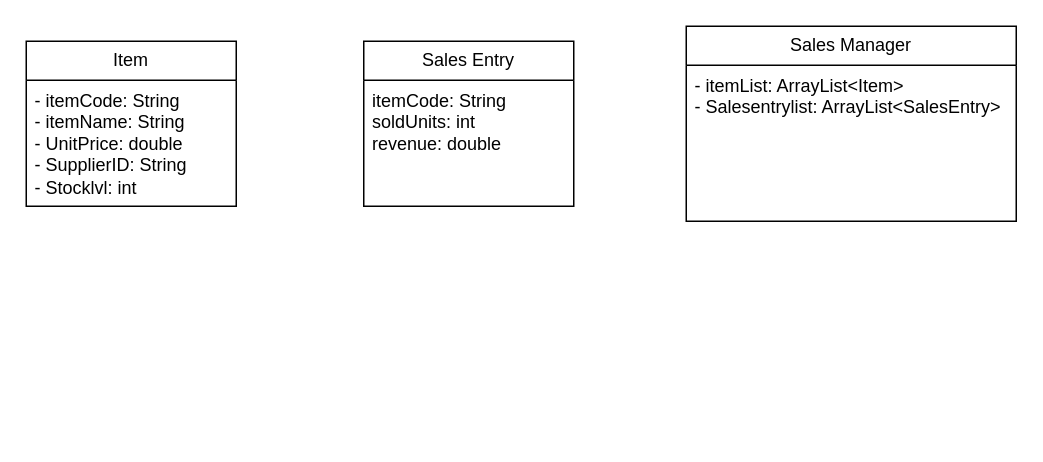
Earlier version of the draw.io diagram Java.drawio (WWeWenBininn/WWeWenBininn). Source tidied: cells renumbered, new cells numbered last; positions are measured from the earlier drawing's top-left corner, leaving out a move shared by most shapes. Both pictures are drawn from the tidied source at 150%, with x=0, y=0 at pixel (26, 26).
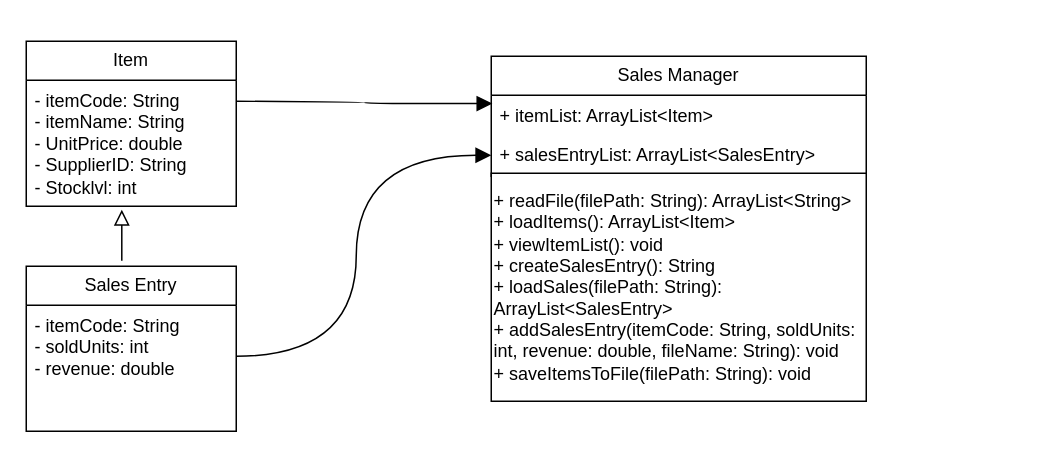
After the change.

Diff of the diagram source:
```diff
@@
 <mxGraphModel>
   <root>
     <mxCell id="0" />
     <mxCell id="1" parent="0" />
     <mxCell id="2" value="Item" style="swimlane;fontStyle=0;horizontal=1;startSize=26;fillColor=none;whiteSpace=wrap;html=1;" parent="1" vertex="1">
       <mxGeometry y="10" width="140" height="110" as="geometry" />
     </mxCell>
     <mxCell id="3" value="- itemCode: String&lt;div&gt;- itemName: String&lt;/div&gt;&lt;div&gt;- UnitPrice: double&lt;/div&gt;&lt;div&gt;- SupplierID: String&lt;/div&gt;&lt;div&gt;- Stocklvl: int&lt;/div&gt;" style="text;strokeColor=none;fillColor=none;align=left;verticalAlign=top;spacingLeft=4;spacingRight=4;overflow=hidden;points=[[0,0.5],[1,0.5]];portConstraint=eastwest;whiteSpace=wrap;html=1;" parent="2" vertex="1">
       <mxGeometry y="26" width="140" height="84" as="geometry" />
     </mxCell>
     <mxCell id="4" value="Sales Entry" style="swimlane;fontStyle=0;horizontal=1;startSize=26;fillColor=none;whiteSpace=wrap;html=1;" parent="1" vertex="1">
-      <mxGeometry x="225" y="10" width="140" height="110" as="geometry" />
+      <mxGeometry y="160" width="140" height="110" as="geometry" />
     </mxCell>
-    <mxCell id="5" value="itemCode: String&lt;div&gt;soldUnits: int&lt;/div&gt;&lt;div&gt;revenue: double&lt;/div&gt;" style="text;strokeColor=none;fillColor=none;align=left;verticalAlign=top;spacingLeft=4;spacingRight=4;overflow=hidden;whiteSpace=wrap;html=1;" parent="4" vertex="1">
+    <mxCell id="5" value="- itemCode: String&lt;div&gt;- soldUnits: int&lt;/div&gt;&lt;div&gt;- revenue: double&lt;/div&gt;" style="text;strokeColor=none;fillColor=none;align=left;verticalAlign=top;spacingLeft=4;spacingRight=4;overflow=hidden;whiteSpace=wrap;html=1;" parent="4" vertex="1">
       <mxGeometry y="26" width="140" height="84" as="geometry" />
     </mxCell>
+    <mxCell id="8" style="endArrow=block;html=1;rounded=0;align=center;verticalAlign=bottom;endFill=0;labelBackgroundColor=none;endSize=8;fontSize=12;curved=1;exitX=0.455;exitY=-0.033;exitDx=0;exitDy=0;exitPerimeter=0;entryX=0.455;entryY=1.028;entryDx=0;entryDy=0;entryPerimeter=0;" parent="1" edge="1" source="4" target="3">
+      <mxGeometry relative="1" as="geometry" />
+    </mxCell>
+    <mxCell id="9" style="html=1;align=center;verticalAlign=top;labelBackgroundColor=none;" parent="8" vertex="1">
+      <mxGeometry relative="1" as="geometry" />
+    </mxCell>
+    <mxCell id="10" style="group;" parent="1" vertex="1">
+      <mxGeometry x="310" y="20" width="250" height="230" as="geometry" />
+    </mxCell>
-    <mxCell id="6" value="Sales Manager" style="swimlane;fontStyle=0;horizontal=1;startSize=26;fillColor=none;whiteSpace=wrap;html=1;" parent="1" vertex="1">
-      <mxGeometry x="440" width="220" height="130" as="geometry" />
+    <mxCell id="6" value="Sales Manager" style="swimlane;fontStyle=0;horizontal=1;startSize=26;fillColor=none;whiteSpace=wrap;html=1;" parent="10" vertex="1">
+      <mxGeometry width="250" height="80" as="geometry" />
     </mxCell>
-    <mxCell id="7" value="- itemList: ArrayList&amp;lt;Item&amp;gt;&lt;div&gt;- Salesentrylist: ArrayList&amp;lt;SalesEntry&amp;gt;&lt;/div&gt;" style="text;strokeColor=none;fillColor=none;align=left;verticalAlign=top;spacingLeft=4;spacingRight=4;overflow=hidden;whiteSpace=wrap;html=1;" parent="6" vertex="1">
-      <mxGeometry y="26" width="220" height="104" as="geometry" />
-    </mxCell>
+    <mxCell id="11" value="+&amp;nbsp;itemList: ArrayList&amp;lt;Item&amp;gt;" style="text;strokeColor=none;fillColor=none;align=left;verticalAlign=top;spacingLeft=4;spacingRight=4;overflow=hidden;points=[[0,0.5],[1,0.5]];portConstraint=eastwest;whiteSpace=wrap;html=1;" parent="6" vertex="1">
+      <mxGeometry y="26" width="250" height="26" as="geometry" />
+    </mxCell>
+    <mxCell id="12" value="+&amp;nbsp;salesEntryList: ArrayList&amp;lt;SalesEntry&amp;gt;" style="text;strokeColor=none;fillColor=none;align=left;verticalAlign=top;spacingLeft=4;spacingRight=4;overflow=hidden;points=[[0,0.5],[1,0.5]];portConstraint=eastwest;whiteSpace=wrap;html=1;" parent="6" vertex="1">
+      <mxGeometry y="52" width="250" height="28" as="geometry" />
+    </mxCell>
+    <mxCell id="13" value="+ readFile(filePath: String): ArrayList&amp;lt;String&amp;gt;&lt;div&gt;+ loadItems(): ArrayList&amp;lt;Item&amp;gt;&lt;/div&gt;&lt;div&gt;+ viewItemList(): void&lt;/div&gt;&lt;div&gt;+ createSalesEntry(): String&lt;/div&gt;&lt;div&gt;+ loadSales(filePath: String): ArrayList&amp;lt;SalesEntry&amp;gt;&lt;/div&gt;&lt;div&gt;+ addSalesEntry(itemCode: String, soldUnits: int, revenue: double, fileName: String): void&lt;/div&gt;&lt;div&gt;+ saveItemsToFile(filePath: String): void&lt;/div&gt;" style="html=1;whiteSpace=wrap;align=left;" parent="10" vertex="1">
+      <mxGeometry y="78" width="250" height="152" as="geometry" />
+    </mxCell>
+    <mxCell id="14" style="endArrow=block;endFill=1;html=1;edgeStyle=orthogonalEdgeStyle;align=left;verticalAlign=top;rounded=0;fontSize=12;startSize=8;endSize=8;curved=1;entryX=0.003;entryY=0.214;entryDx=0;entryDy=0;entryPerimeter=0;" parent="1" edge="1" target="11">
+      <mxGeometry x="-1" relative="1" as="geometry">
+        <mxPoint x="140" y="50" as="sourcePoint" />
+      </mxGeometry>
+    </mxCell>
+    <mxCell id="15" style="endArrow=block;endFill=1;html=1;edgeStyle=orthogonalEdgeStyle;align=left;verticalAlign=top;rounded=0;fontSize=12;startSize=8;endSize=8;curved=1;entryX=0;entryY=0.5;entryDx=0;entryDy=0;" parent="1" edge="1" target="12">
+      <mxGeometry x="-1" relative="1" as="geometry">
+        <mxPoint x="140" y="220" as="sourcePoint" />
+        <Array as="points">
+          <mxPoint x="220" y="220" />
+          <mxPoint x="220" y="86" />
+        </Array>
+      </mxGeometry>
+    </mxCell>
   </root>
 </mxGraphModel>
```
